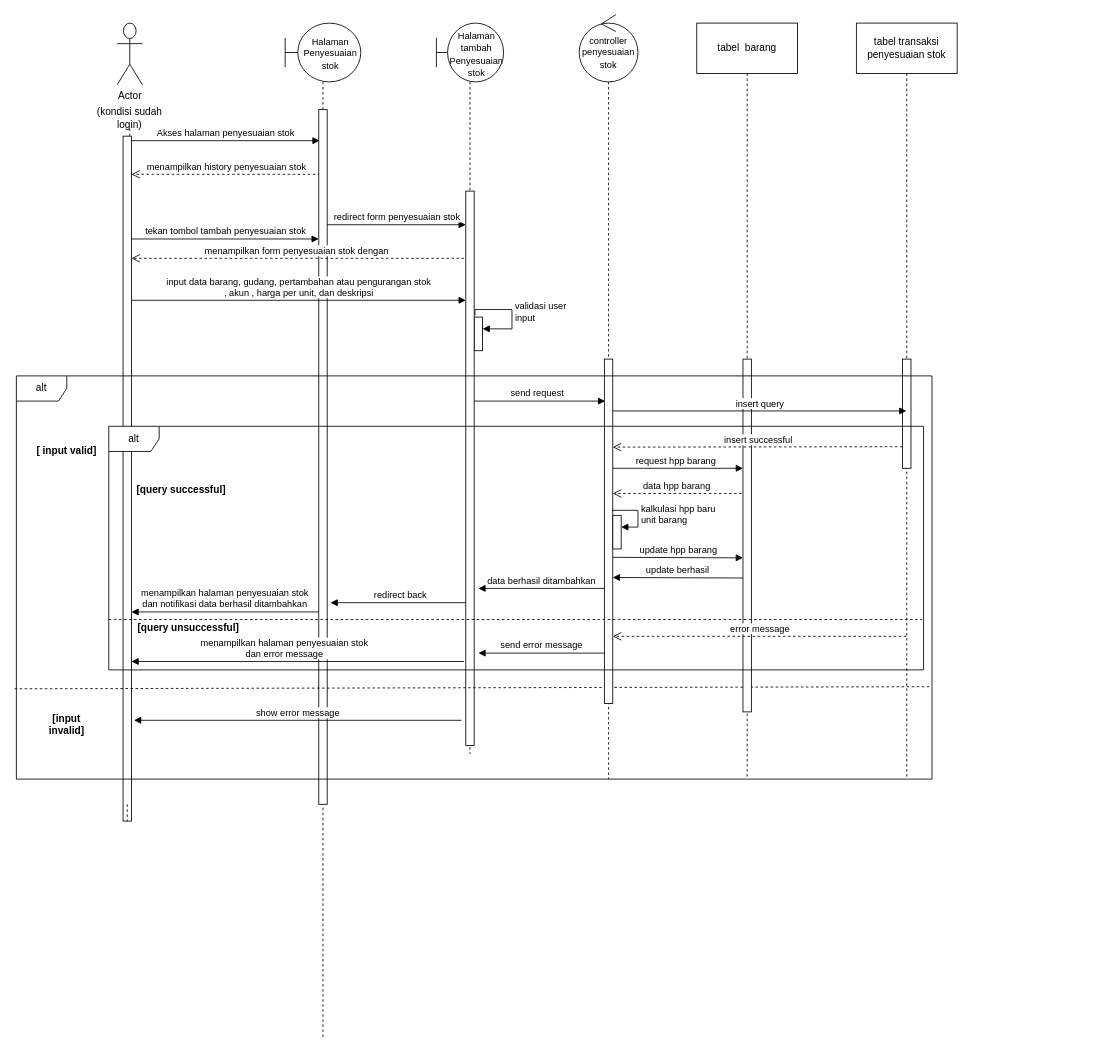
Before: Sequence Penyesuaian Stok Diagram.drawio in Mahardika23/SAccounting, a draw.io diagram. Source tidied: cells renumbered, new cells numbered last; positions are measured from the earlier drawing's top-left corner, leaving out a move shared by most shapes. Both pictures are drawn from the tidied source at 84%, with x=0, y=0 at pixel (14, 14).
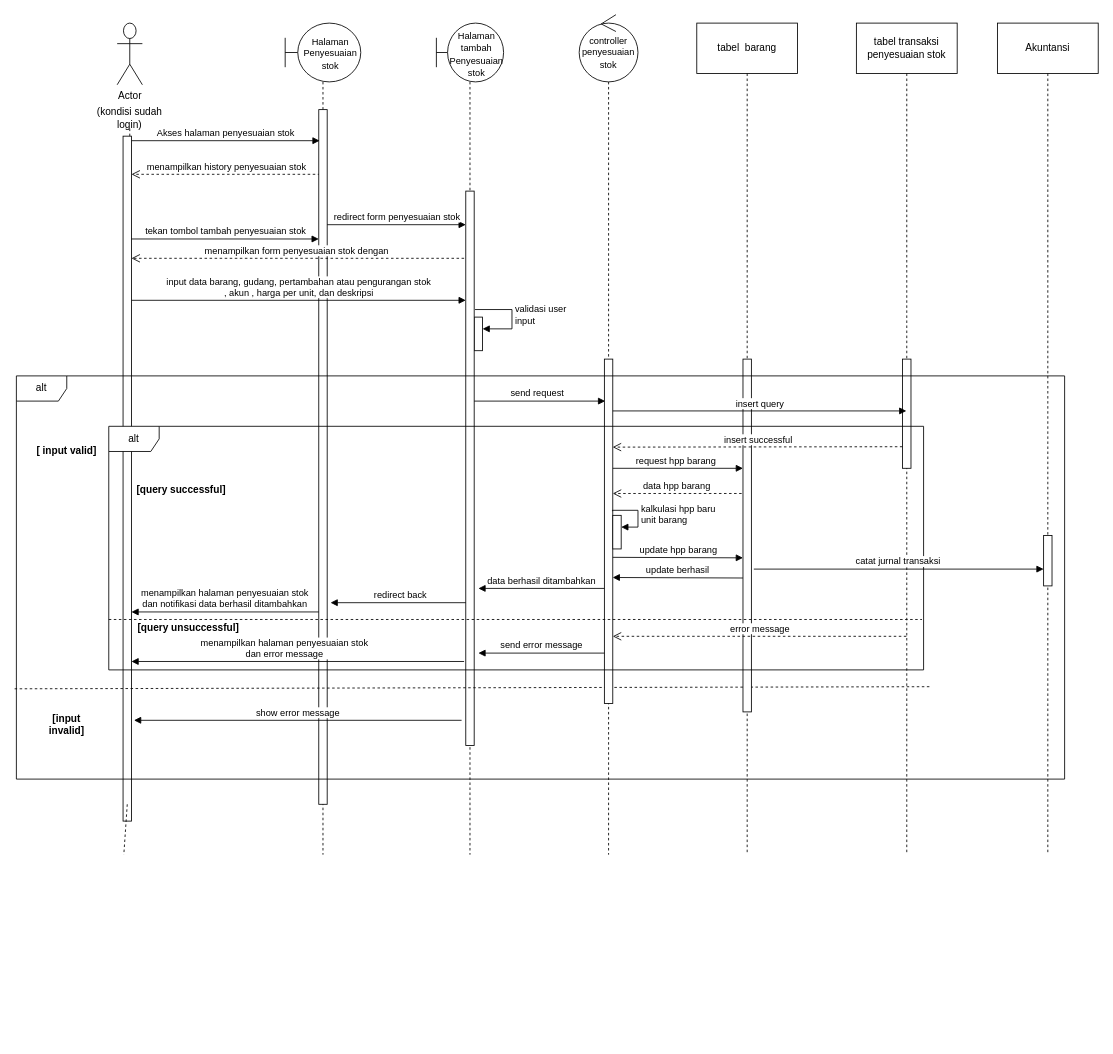
Above is the later version.

The change refers to these unchanged cells:
```xml
<mxCell id="9" style="html=1;points=[];perimeter=orthogonalPerimeter;" parent="7" vertex="1">
  <mxGeometry x="45" y="350" width="10" height="40" as="geometry" />
</mxCell>
<mxCell id="10" style="html=1;points=[];perimeter=orthogonalPerimeter;" parent="7" vertex="1">
  <mxGeometry x="35" y="200" width="10" height="660" as="geometry" />
</mxCell>
<mxCell id="20" style="group;" parent="1" vertex="1">
  <mxGeometry x="92" y="10" width="90" height="950" as="geometry" />
</mxCell>
<mxCell id="23" style="html=1;points=[];perimeter=orthogonalPerimeter;" parent="20" vertex="1">
  <mxGeometry x="37" y="134.6" width="10" height="815.4" as="geometry" />
</mxCell>
<mxCell id="36" style="html=1;points=[];perimeter=orthogonalPerimeter;" parent="33" vertex="1">
  <mxGeometry x="40" y="596" width="10" height="40" as="geometry" />
</mxCell>
<mxCell id="48" style="group;" parent="1" vertex="1">
  <mxGeometry x="112" y="490" width="970" height="290" as="geometry" />
</mxCell>
```

The edit, as a diff of the source:
```diff
@@
     <mxCell id="3" value="menampilkan history penyesuaian stok" style="html=1;verticalAlign=bottom;endArrow=open;dashed=1;endSize=8;exitX=0.186;exitY=0.27;exitDx=0;exitDy=0;exitPerimeter=0;" parent="1" edge="1">
       <mxGeometry relative="1" as="geometry">
-        <mxPoint x="363.9" y="190" as="sourcePoint" />
+        <mxPoint x="363.8" y="190" as="sourcePoint" />
         <mxPoint x="139" y="190" as="targetPoint" />
       </mxGeometry>
     </mxCell>
     <mxCell id="4" style="shape=umlLifeline;participant=umlBoundary;perimeter=lifelinePerimeter;whiteSpace=wrap;html=1;verticalAlign=top;spacingTop=36;labelBackgroundColor=#ffffff;size=70;" parent="1" vertex="1">
-      <mxGeometry x="322" y="10" width="90" height="1210" as="geometry" />
+      <mxGeometry x="322" y="10" width="90" height="990" as="geometry" />
     </mxCell>
@@
     <mxCell id="7" style="shape=umlLifeline;participant=umlBoundary;perimeter=lifelinePerimeter;whiteSpace=wrap;html=1;verticalAlign=top;spacingTop=36;labelBackgroundColor=#ffffff;size=70;" parent="1" vertex="1">
-      <mxGeometry x="502" y="10" width="80" height="870" as="geometry" />
+      <mxGeometry x="502" y="10" width="80" height="990" as="geometry" />
     </mxCell>
-    <mxCell id="8" value="validasi user &lt;br&gt;input" style="edgeStyle=orthogonalEdgeStyle;html=1;align=left;spacingLeft=2;endArrow=block;rounded=0;entryX=1;entryY=0.35;entryDx=0;entryDy=0;entryPerimeter=0;exitX=1.091;exitY=0.224;exitDx=0;exitDy=0;exitPerimeter=0;" parent="7" edge="1" source="10" target="9">
+    <mxCell id="8" value="validasi user &lt;br&gt;input" style="edgeStyle=orthogonalEdgeStyle;html=1;align=left;spacingLeft=2;endArrow=block;rounded=0;entryX=1;entryY=0.35;entryDx=0;entryDy=0;entryPerimeter=0;" parent="7" edge="1" target="9">
       <mxGeometry relative="1" as="geometry">
+        <mxPoint x="46" y="341" as="sourcePoint" />
         <Array as="points">
           <mxPoint x="90" y="341" />
           <mxPoint x="90" y="364" />
         </Array>
       </mxGeometry>
     </mxCell>
@@
     <mxCell id="12" value="tabel transaksi penyesuaian stok" style="shape=umlLifeline;perimeter=lifelinePerimeter;whiteSpace=wrap;html=1;outlineConnect=0;size=60;" parent="1" vertex="1">
-      <mxGeometry x="1002" y="10" width="120" height="900" as="geometry" />
+      <mxGeometry x="1002" y="10" width="120" height="990" as="geometry" />
     </mxCell>
@@
-    <mxCell id="24" style="endArrow=none;dashed=1;html=1;entryX=0.5;entryY=1;entryDx=0;entryDy=0;" parent="20" edge="1" target="23">
+    <mxCell id="24" style="endArrow=none;dashed=1;html=1;" parent="20" edge="1">
       <mxGeometry relative="1" as="geometry">
         <mxPoint x="42" y="930" as="sourcePoint" />
+        <mxPoint x="37.9" y="990" as="targetPoint" />
       </mxGeometry>
     </mxCell>
@@
     <mxCell id="29" value="tabel&amp;nbsp; barang" style="shape=umlLifeline;perimeter=lifelinePerimeter;whiteSpace=wrap;html=1;size=60;" parent="1" vertex="1">
-      <mxGeometry x="812" y="10" width="120" height="900" as="geometry" />
+      <mxGeometry x="812" y="10" width="120" height="990" as="geometry" />
     </mxCell>
@@
     <mxCell id="33" style="shape=umlLifeline;participant=umlControl;perimeter=lifelinePerimeter;whiteSpace=wrap;html=1;verticalAlign=top;spacingTop=36;labelBackgroundColor=#ffffff;size=80;" parent="1" vertex="1">
-      <mxGeometry x="672" width="70" height="910" as="geometry" />
+      <mxGeometry x="672" width="70" height="1000" as="geometry" />
     </mxCell>
@@
     <mxCell id="39" value="insert successful" style="html=1;verticalAlign=bottom;endArrow=open;dashed=1;endSize=8;exitX=-0.019;exitY=0.346;exitDx=0;exitDy=0;exitPerimeter=0;" parent="1" edge="1">
       <mxGeometry relative="1" as="geometry">
         <mxPoint x="1056.8" y="514.3" as="sourcePoint" />
-        <mxPoint x="712" y="514.8" as="targetPoint" />
+        <mxPoint x="711.9" y="514.8" as="targetPoint" />
       </mxGeometry>
     </mxCell>
     <mxCell id="40" value="kalkulasi hpp baru &lt;br&gt;unit barang" style="edgeStyle=orthogonalEdgeStyle;html=1;align=left;spacingLeft=2;endArrow=block;rounded=0;entryX=1.003;entryY=0.35;exitX=0.967;exitY=0.562;exitDx=0;exitDy=0;exitPerimeter=0;entryDx=0;entryDy=0;entryPerimeter=0;" parent="1" edge="1" target="36">
       <mxGeometry relative="1" as="geometry">
-        <mxPoint x="711.7" y="591.1" as="sourcePoint" />
+        <mxPoint x="711.6" y="591.1" as="sourcePoint" />
         <Array as="points">
           <mxPoint x="712" y="590" />
           <mxPoint x="742" y="590" />
           <mxPoint x="742" y="610" />
         </Array>
       </mxGeometry>
     </mxCell>
     <mxCell id="41" value="update berhasil" style="html=1;verticalAlign=bottom;endArrow=block;entryX=0;entryY=0.752;entryDx=0;entryDy=0;entryPerimeter=0;" parent="1" edge="1">
       <mxGeometry relative="1" as="geometry">
-        <mxPoint x="867" y="670.6" as="sourcePoint" />
-        <mxPoint x="712" y="670" as="targetPoint" />
+        <mxPoint x="866.9" y="670.6" as="sourcePoint" />
+        <mxPoint x="711.9" y="670" as="targetPoint" />
       </mxGeometry>
     </mxCell>
@@
+    <mxCell id="54" value="Akuntansi" style="shape=umlLifeline;perimeter=lifelinePerimeter;whiteSpace=wrap;html=1;size=60;" parent="1" vertex="1">
+      <mxGeometry x="1169.9" y="10" width="120" height="990" as="geometry" />
+    </mxCell>
+    <mxCell id="55" style="html=1;points=[];perimeter=orthogonalPerimeter;" parent="54" vertex="1">
+      <mxGeometry x="55" y="610" width="10" height="60" as="geometry" />
+    </mxCell>
@@
+    <mxCell id="56" value="catat jurnal transaksi&amp;nbsp;" style="html=1;verticalAlign=bottom;endArrow=block;" parent="48" edge="1" target="55">
+      <mxGeometry relative="1" as="geometry">
+        <mxPoint x="767.9" y="170" as="sourcePoint" />
+      </mxGeometry>
+    </mxCell>
     <mxCell id="53" value="alt" style="shape=umlFrame;whiteSpace=wrap;html=1;" parent="1" vertex="1">
-      <mxGeometry x="2" y="430" width="1090" height="480" as="geometry" />
+      <mxGeometry x="2" y="430" width="1247.9" height="480" as="geometry" />
     </mxCell>
```
